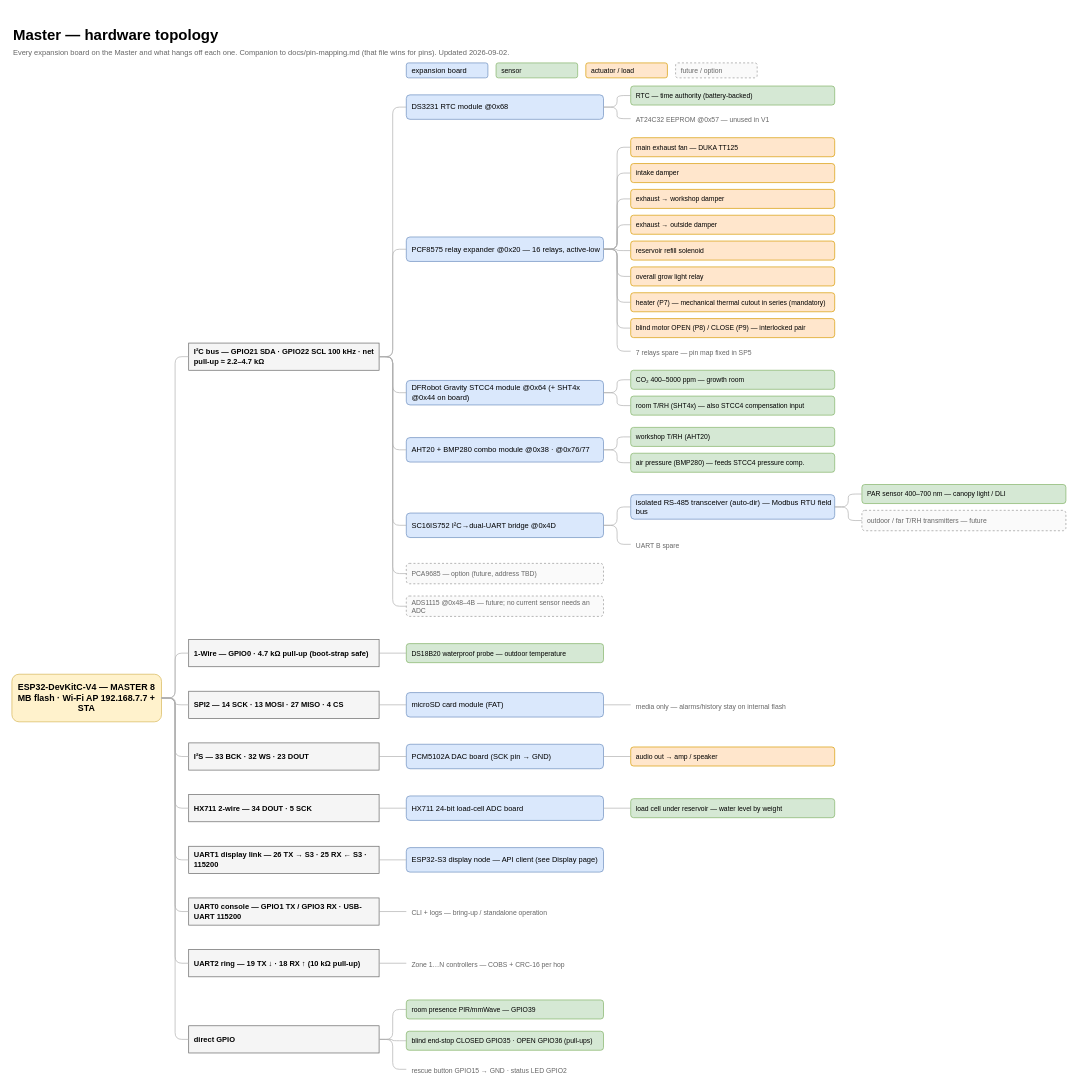
The draw.io diagram page "Master HW Topology" (4 of 6) of docs/hillgrow-features.drawio in ekhpascal/HillGrov, before the edit. Source tidied: cells renumbered, new cells numbered last; positions are measured from the earlier drawing's top-left corner, leaving out a move shared by most shapes. Both pictures are drawn from the tidied source at 68%, with x=0, y=0 at pixel (12, 22).
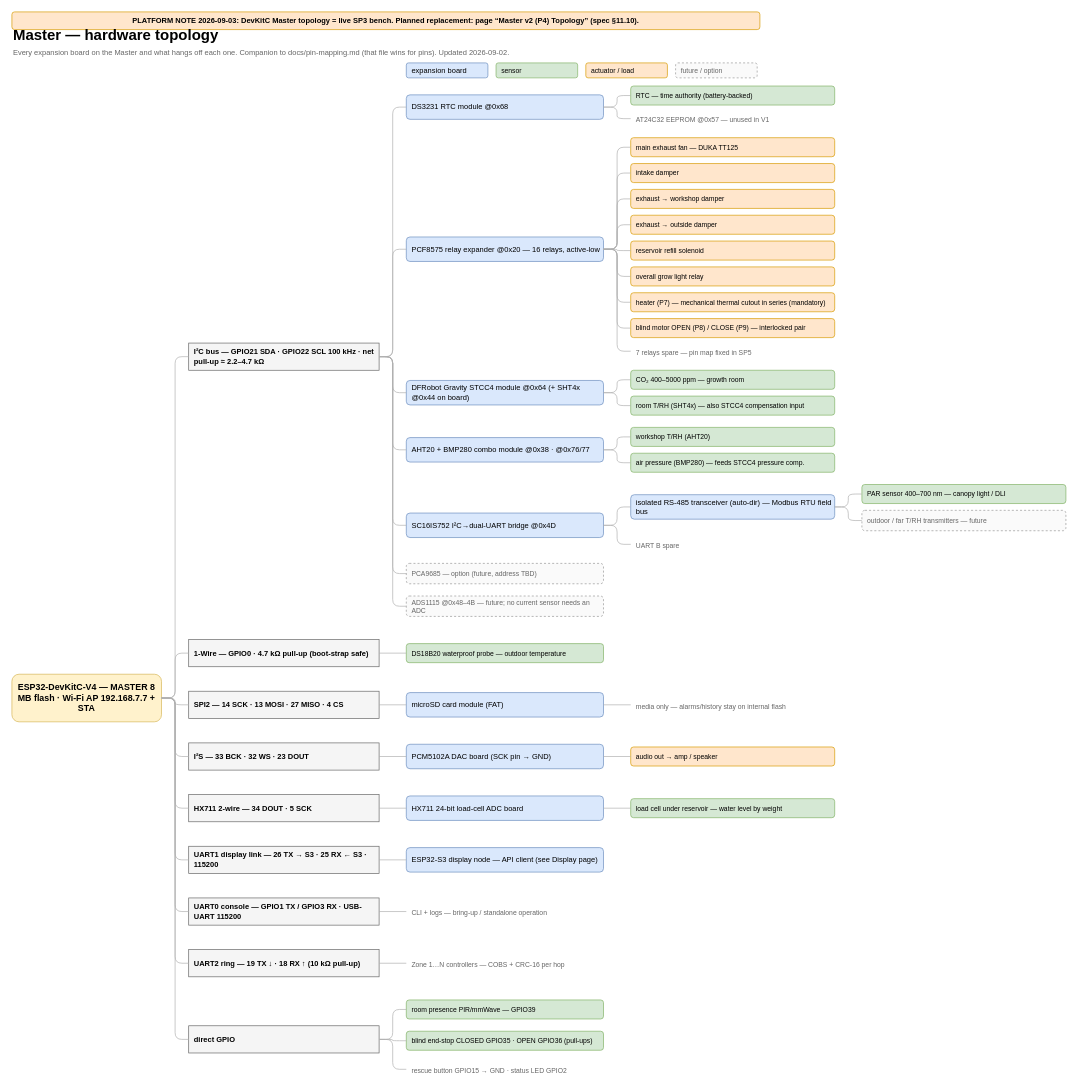
The same diagram, later.

Commit message (it also covers changes not shown here):
docs(drawio): Master v2 (P4) planned topology page + supersession banners

What changed in the source:
```diff
@@
+    <mxCell id="105" value="PLATFORM NOTE 2026-09-03: DevKitC Master topology = live SP3 bench. Planned replacement: page “Master v2 (P4) Topology” (spec §11.10)." style="rounded=1;whiteSpace=wrap;html=1;fillColor=#ffe6cc;strokeColor=#d79b00;fontSize=11;fontStyle=1;" parent="1" vertex="1">
+      <mxGeometry y="-15" width="1100" height="26" as="geometry" />
+    </mxCell>
```
